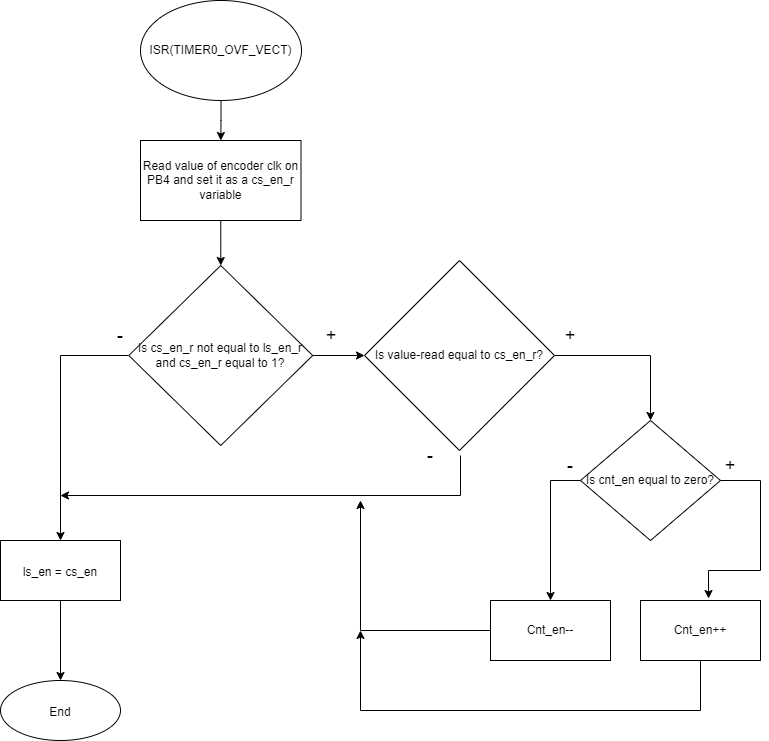
Earlier version of the draw.io export project1/Time_changing.drawio.png (OndraFoltyn/digital-electronics-2). Source tidied: cells renumbered, new cells last; positions are measured from the earlier drawing's top-left corner, leaving out a move shared by most shapes.
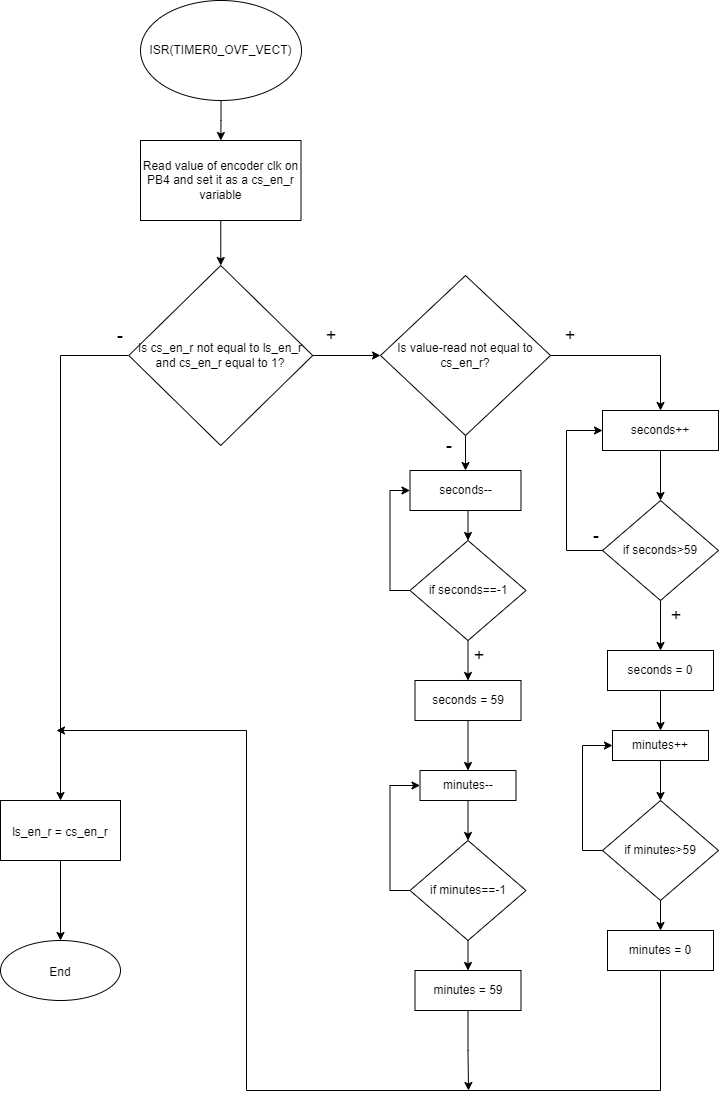
Later version of the same file.

The edit, as a diff of the source:
```diff
@@ -26,85 +26,143 @@
     <mxCell id="9" value="&lt;font style=&quot;font-size: 18px;&quot;&gt;-&lt;/font&gt;" style="text;html=1;strokeColor=none;fillColor=none;align=center;verticalAlign=middle;whiteSpace=wrap;rounded=0;" parent="1" vertex="1">
       <mxGeometry x="90" y="320" width="60" height="30" as="geometry" />
     </mxCell>
-    <mxCell id="10" style="edgeStyle=orthogonalEdgeStyle;rounded=0;jettySize=auto;html=1;exitX=1;exitY=0.5;exitDx=0;exitDy=0;entryX=0.5;entryY=0;entryDx=0;entryDy=0;fontSize=18;" parent="1" edge="1" source="11" target="14">
-      <mxGeometry relative="1" as="geometry" />
-    </mxCell>
+    <mxCell id="28" style="edgeStyle=orthogonalEdgeStyle;rounded=0;jettySize=auto;html=1;" parent="1" edge="1" source="11" target="45">
+      <mxGeometry relative="1" as="geometry" />
+    </mxCell>
-    <mxCell id="11" value="Is value-read equal to cs_en_r?" style="rhombus;whiteSpace=wrap;html=1;" parent="1" vertex="1">
-      <mxGeometry x="364" y="260" width="190" height="190" as="geometry" />
+    <mxCell id="11" value="Is value-read not equal to cs_en_r?" style="rhombus;whiteSpace=wrap;html=1;" parent="1" vertex="1">
+      <mxGeometry x="380" y="275" width="170" height="160" as="geometry" />
     </mxCell>
     <mxCell id="12" value="&lt;span style=&quot;font-size: 18px;&quot;&gt;+&lt;/span&gt;" style="text;html=1;strokeColor=none;fillColor=none;align=center;verticalAlign=middle;whiteSpace=wrap;rounded=0;" parent="1" vertex="1">
       <mxGeometry x="300.5" y="320" width="60" height="30" as="geometry" />
     </mxCell>
     <mxCell id="13" value="&lt;font style=&quot;font-size: 18px;&quot;&gt;-&lt;/font&gt;" style="text;html=1;strokeColor=none;fillColor=none;align=center;verticalAlign=middle;whiteSpace=wrap;rounded=0;" parent="1" vertex="1">
-      <mxGeometry x="400" y="440" width="60" height="30" as="geometry" />
+      <mxGeometry x="436" y="440" width="26" height="10" as="geometry" />
     </mxCell>
-    <mxCell id="14" value="Is cnt_en equal to zero?" style="rhombus;whiteSpace=wrap;html=1;" parent="1" vertex="1">
-      <mxGeometry x="580" y="420" width="140" height="120" as="geometry" />
-    </mxCell>
-    <mxCell id="15" value="Cnt_en++" style="whiteSpace=wrap;html=1;" parent="1" vertex="1">
-      <mxGeometry x="640" y="600" width="120" height="60" as="geometry" />
-    </mxCell>
-    <mxCell id="16" value="Cnt_en--" style="whiteSpace=wrap;html=1;" parent="1" vertex="1">
-      <mxGeometry x="490" y="600" width="120" height="60" as="geometry" />
-    </mxCell>
-    <mxCell id="17" style="endArrow=classic;html=1;rounded=0;fontSize=18;exitX=0;exitY=0.5;exitDx=0;exitDy=0;entryX=0.5;entryY=0;entryDx=0;entryDy=0;" parent="1" edge="1" source="14" target="16">
-      <mxGeometry relative="1" as="geometry">
-        <Array as="points">
-          <mxPoint x="550" y="480" />
-        </Array>
-      </mxGeometry>
-    </mxCell>
-    <mxCell id="18" style="endArrow=classic;html=1;rounded=0;fontSize=18;exitX=1;exitY=0.5;exitDx=0;exitDy=0;entryX=0.567;entryY=-0.033;entryDx=0;entryDy=0;entryPerimeter=0;" parent="1" edge="1" source="14" target="15">
-      <mxGeometry relative="1" as="geometry">
-        <Array as="points">
-          <mxPoint x="760" y="480" />
-          <mxPoint x="760" y="570" />
-          <mxPoint x="708" y="570" />
-        </Array>
-      </mxGeometry>
-    </mxCell>
-    <mxCell id="19" value="&lt;font style=&quot;font-size: 18px;&quot;&gt;-&lt;/font&gt;" style="text;html=1;strokeColor=none;fillColor=none;align=center;verticalAlign=middle;whiteSpace=wrap;rounded=0;" parent="1" vertex="1">
-      <mxGeometry x="540" y="450" width="60" height="30" as="geometry" />
-    </mxCell>
     <mxCell id="20" value="&lt;span style=&quot;font-size: 18px;&quot;&gt;+&lt;/span&gt;" style="text;html=1;strokeColor=none;fillColor=none;align=center;verticalAlign=middle;whiteSpace=wrap;rounded=0;" parent="1" vertex="1">
       <mxGeometry x="540" y="320" width="60" height="30" as="geometry" />
     </mxCell>
-    <mxCell id="21" value="&lt;span style=&quot;font-size: 18px;&quot;&gt;+&lt;/span&gt;" style="text;html=1;strokeColor=none;fillColor=none;align=center;verticalAlign=middle;whiteSpace=wrap;rounded=0;" parent="1" vertex="1">
-      <mxGeometry x="700" y="450" width="60" height="30" as="geometry" />
-    </mxCell>
-    <mxCell id="22" style="endArrow=classic;html=1;rounded=0;fontSize=18;exitX=1;exitY=0.5;exitDx=0;exitDy=0;" parent="1" edge="1" source="13">
-      <mxGeometry relative="1" as="geometry">
-        <mxPoint x="60" y="495" as="targetPoint" />
-        <Array as="points">
-          <mxPoint x="460" y="495" />
-        </Array>
-      </mxGeometry>
-    </mxCell>
-    <mxCell id="23" style="endArrow=classic;html=1;rounded=0;fontSize=18;exitX=0;exitY=0.5;exitDx=0;exitDy=0;" parent="1" edge="1" source="16">
-      <mxGeometry relative="1" as="geometry">
-        <mxPoint x="360" y="500" as="targetPoint" />
-        <Array as="points">
-          <mxPoint x="360" y="630" />
-        </Array>
-      </mxGeometry>
-    </mxCell>
-    <mxCell id="24" style="endArrow=classic;html=1;rounded=0;fontSize=18;exitX=0.5;exitY=1;exitDx=0;exitDy=0;" parent="1" edge="1" source="15">
-      <mxGeometry relative="1" as="geometry">
-        <mxPoint x="360" y="630" as="targetPoint" />
-        <Array as="points">
-          <mxPoint x="700" y="710" />
-          <mxPoint x="360" y="710" />
-        </Array>
-      </mxGeometry>
-    </mxCell>
     <mxCell id="25" style="edgeStyle=orthogonalEdgeStyle;rounded=0;jettySize=auto;html=1;fontSize=18;" parent="1" edge="1" source="26" target="27">
       <mxGeometry relative="1" as="geometry" />
     </mxCell>
-    <mxCell id="26" value="&lt;font style=&quot;font-size: 12px;&quot;&gt;ls_en = cs_en&lt;/font&gt;" style="rounded=0;whiteSpace=wrap;html=1;fontSize=18;" parent="1" vertex="1">
-      <mxGeometry y="540" width="120" height="60" as="geometry" />
+    <mxCell id="26" value="&lt;font style=&quot;font-size: 12px;&quot;&gt;ls_en_r = cs_en_r&lt;/font&gt;" style="rounded=0;whiteSpace=wrap;html=1;fontSize=18;" parent="1" vertex="1">
+      <mxGeometry y="800" width="120" height="60" as="geometry" />
     </mxCell>
     <mxCell id="27" value="&lt;font style=&quot;font-size: 12px;&quot;&gt;End&lt;/font&gt;" style="ellipse;whiteSpace=wrap;html=1;fontSize=18;rounded=0;" parent="1" vertex="1">
-      <mxGeometry y="680" width="120" height="60" as="geometry" />
+      <mxGeometry y="940" width="120" height="60" as="geometry" />
     </mxCell>
+    <mxCell id="29" style="edgeStyle=orthogonalEdgeStyle;rounded=0;jettySize=auto;html=1;" parent="1" edge="1" source="30" target="33">
+      <mxGeometry relative="1" as="geometry" />
+    </mxCell>
+    <mxCell id="30" value="seconds++" style="rounded=0;whiteSpace=wrap;html=1;" parent="1" vertex="1">
+      <mxGeometry x="602" y="410" width="116" height="40" as="geometry" />
+    </mxCell>
+    <mxCell id="31" style="edgeStyle=orthogonalEdgeStyle;rounded=0;jettySize=auto;html=1;" parent="1" edge="1" source="33" target="35">
+      <mxGeometry relative="1" as="geometry" />
+    </mxCell>
+    <mxCell id="32" style="edgeStyle=orthogonalEdgeStyle;rounded=0;jettySize=auto;html=1;exitX=0;exitY=0.5;exitDx=0;exitDy=0;entryX=0;entryY=0.5;entryDx=0;entryDy=0;" parent="1" edge="1" source="33" target="30">
+      <mxGeometry relative="1" as="geometry">
+        <Array as="points">
+          <mxPoint x="566" y="550" />
+          <mxPoint x="566" y="430" />
+        </Array>
+      </mxGeometry>
+    </mxCell>
+    <mxCell id="33" value="if seconds&amp;gt;59" style="rhombus;whiteSpace=wrap;html=1;rounded=0;" parent="1" vertex="1">
+      <mxGeometry x="602" y="500" width="116" height="100" as="geometry" />
+    </mxCell>
+    <mxCell id="34" style="edgeStyle=orthogonalEdgeStyle;rounded=0;jettySize=auto;html=1;" parent="1" edge="1" source="35" target="38">
+      <mxGeometry relative="1" as="geometry" />
+    </mxCell>
+    <mxCell id="35" value="seconds = 0" style="rounded=0;whiteSpace=wrap;html=1;" parent="1" vertex="1">
+      <mxGeometry x="607" y="650" width="106" height="40" as="geometry" />
+    </mxCell>
+    <mxCell id="36" value="&lt;span style=&quot;font-size: 18px;&quot;&gt;+&lt;/span&gt;" style="text;html=1;strokeColor=none;fillColor=none;align=center;verticalAlign=middle;whiteSpace=wrap;rounded=0;" parent="1" vertex="1">
+      <mxGeometry x="646" y="600" width="60" height="30" as="geometry" />
+    </mxCell>
+    <mxCell id="37" style="edgeStyle=orthogonalEdgeStyle;rounded=0;jettySize=auto;html=1;exitX=0.5;exitY=1;exitDx=0;exitDy=0;entryX=0.5;entryY=0;entryDx=0;entryDy=0;" parent="1" edge="1" source="38" target="41">
+      <mxGeometry relative="1" as="geometry" />
+    </mxCell>
+    <mxCell id="38" value="minutes++" style="whiteSpace=wrap;html=1;rounded=0;" parent="1" vertex="1">
+      <mxGeometry x="612" y="730" width="96" height="30" as="geometry" />
+    </mxCell>
+    <mxCell id="19" value="&lt;font style=&quot;font-size: 18px;&quot;&gt;-&lt;/font&gt;" style="text;html=1;strokeColor=none;fillColor=none;align=center;verticalAlign=middle;whiteSpace=wrap;rounded=0;" parent="1" vertex="1">
+      <mxGeometry x="566" y="520" width="60" height="30" as="geometry" />
+    </mxCell>
+    <mxCell id="39" style="edgeStyle=orthogonalEdgeStyle;rounded=0;jettySize=auto;html=1;exitX=0.5;exitY=1;exitDx=0;exitDy=0;entryX=0.5;entryY=0;entryDx=0;entryDy=0;" parent="1" edge="1" source="41" target="42">
+      <mxGeometry relative="1" as="geometry" />
+    </mxCell>
+    <mxCell id="40" style="edgeStyle=orthogonalEdgeStyle;rounded=0;jettySize=auto;html=1;exitX=0;exitY=0.5;exitDx=0;exitDy=0;entryX=0;entryY=0.5;entryDx=0;entryDy=0;" parent="1" edge="1" source="41" target="38">
+      <mxGeometry relative="1" as="geometry" />
+    </mxCell>
+    <mxCell id="41" value="if minutes&amp;gt;59" style="rhombus;whiteSpace=wrap;html=1;rounded=0;" parent="1" vertex="1">
+      <mxGeometry x="602" y="800" width="116" height="100" as="geometry" />
+    </mxCell>
+    <mxCell id="42" value="minutes = 0" style="rounded=0;whiteSpace=wrap;html=1;" parent="1" vertex="1">
+      <mxGeometry x="607" y="930" width="106" height="40" as="geometry" />
+    </mxCell>
+    <mxCell id="43" style="endArrow=classic;html=1;rounded=0;exitX=1;exitY=0.5;exitDx=0;exitDy=0;entryX=0.5;entryY=0;entryDx=0;entryDy=0;" parent="1" edge="1" source="11" target="30">
+      <mxGeometry relative="1" as="geometry">
+        <Array as="points">
+          <mxPoint x="660" y="355" />
+        </Array>
+      </mxGeometry>
+    </mxCell>
+    <mxCell id="44" style="edgeStyle=orthogonalEdgeStyle;rounded=0;jettySize=auto;html=1;exitX=0.5;exitY=1;exitDx=0;exitDy=0;entryX=0.5;entryY=0;entryDx=0;entryDy=0;" parent="1" edge="1" source="45" target="48">
+      <mxGeometry relative="1" as="geometry" />
+    </mxCell>
+    <mxCell id="45" value="seconds--" style="whiteSpace=wrap;html=1;" parent="1" vertex="1">
+      <mxGeometry x="409.5" y="470" width="111" height="40" as="geometry" />
+    </mxCell>
+    <mxCell id="46" style="edgeStyle=orthogonalEdgeStyle;rounded=0;jettySize=auto;html=1;" parent="1" edge="1" source="48" target="50">
+      <mxGeometry relative="1" as="geometry" />
+    </mxCell>
+    <mxCell id="47" style="edgeStyle=orthogonalEdgeStyle;rounded=0;jettySize=auto;html=1;exitX=0;exitY=0.5;exitDx=0;exitDy=0;entryX=0;entryY=0.5;entryDx=0;entryDy=0;" parent="1" edge="1" source="48" target="45">
+      <mxGeometry relative="1" as="geometry" />
+    </mxCell>
+    <mxCell id="48" value="if seconds==-1" style="rhombus;whiteSpace=wrap;html=1;rounded=0;" parent="1" vertex="1">
+      <mxGeometry x="409.5" y="540" width="116" height="100" as="geometry" />
+    </mxCell>
+    <mxCell id="49" style="edgeStyle=orthogonalEdgeStyle;rounded=0;jettySize=auto;html=1;" parent="1" edge="1" source="50" target="53">
+      <mxGeometry relative="1" as="geometry" />
+    </mxCell>
+    <mxCell id="50" value="seconds = 59" style="rounded=0;whiteSpace=wrap;html=1;" parent="1" vertex="1">
+      <mxGeometry x="414.5" y="680" width="106" height="40" as="geometry" />
+    </mxCell>
+    <mxCell id="51" value="&lt;span style=&quot;font-size: 18px;&quot;&gt;+&lt;/span&gt;" style="text;html=1;strokeColor=none;fillColor=none;align=center;verticalAlign=middle;whiteSpace=wrap;rounded=0;" parent="1" vertex="1">
+      <mxGeometry x="448.5" y="640" width="60" height="30" as="geometry" />
+    </mxCell>
+    <mxCell id="52" style="edgeStyle=orthogonalEdgeStyle;rounded=0;jettySize=auto;html=1;exitX=0.5;exitY=1;exitDx=0;exitDy=0;entryX=0.5;entryY=0;entryDx=0;entryDy=0;" parent="1" edge="1" source="53" target="56">
+      <mxGeometry relative="1" as="geometry" />
+    </mxCell>
+    <mxCell id="53" value="minutes--" style="whiteSpace=wrap;html=1;rounded=0;" parent="1" vertex="1">
+      <mxGeometry x="419.5" y="770" width="96" height="30" as="geometry" />
+    </mxCell>
+    <mxCell id="54" style="edgeStyle=orthogonalEdgeStyle;rounded=0;jettySize=auto;html=1;exitX=0.5;exitY=1;exitDx=0;exitDy=0;entryX=0.5;entryY=0;entryDx=0;entryDy=0;" parent="1" edge="1" source="56" target="58">
+      <mxGeometry relative="1" as="geometry" />
+    </mxCell>
+    <mxCell id="55" style="edgeStyle=orthogonalEdgeStyle;rounded=0;jettySize=auto;html=1;exitX=0;exitY=0.5;exitDx=0;exitDy=0;entryX=0;entryY=0.5;entryDx=0;entryDy=0;" parent="1" edge="1" source="56" target="53">
+      <mxGeometry relative="1" as="geometry" />
+    </mxCell>
+    <mxCell id="56" value="if minutes==-1" style="rhombus;whiteSpace=wrap;html=1;rounded=0;" parent="1" vertex="1">
+      <mxGeometry x="409.5" y="840" width="116" height="100" as="geometry" />
+    </mxCell>
+    <mxCell id="57" style="edgeStyle=orthogonalEdgeStyle;rounded=0;jettySize=auto;html=1;exitX=0.5;exitY=1;exitDx=0;exitDy=0;" parent="1" edge="1" source="58">
+      <mxGeometry relative="1" as="geometry">
+        <mxPoint x="468" y="1090" as="targetPoint" />
+      </mxGeometry>
+    </mxCell>
+    <mxCell id="58" value="minutes = 59" style="rounded=0;whiteSpace=wrap;html=1;" parent="1" vertex="1">
+      <mxGeometry x="414.5" y="970" width="106" height="40" as="geometry" />
+    </mxCell>
+    <mxCell id="59" style="endArrow=classic;html=1;rounded=0;exitX=0.5;exitY=1;exitDx=0;exitDy=0;" parent="1" edge="1" source="42">
+      <mxGeometry relative="1" as="geometry">
+        <mxPoint x="56" y="730" as="targetPoint" />
+        <Array as="points">
+          <mxPoint x="660" y="1090" />
+          <mxPoint x="246" y="1090" />
+          <mxPoint x="246" y="730" />
+        </Array>
+      </mxGeometry>
+    </mxCell>
   </root>
 </mxGraphModel>
```
